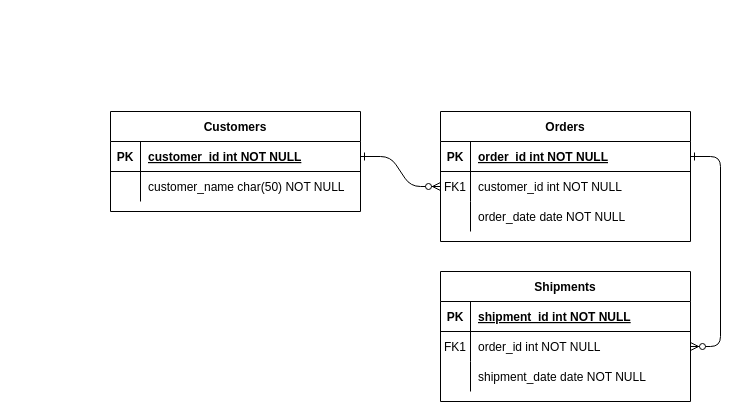
hjpark83/DBMS keeps this draw.io diagram as Assignment1_ER_Modeling/Movie.drawio. Above is the earlier version. Source tidied: cells renumbered, new cells numbered last; positions are measured from the earlier drawing's top-left corner, leaving out a move shared by most shapes. Both pictures are drawn from the tidied source at 100%, with x=0, y=0 at pixel (110, 111).
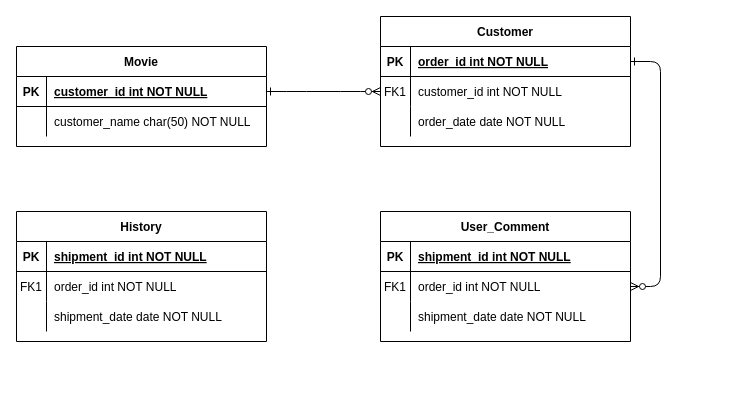
After the change.

The edit, as a diff of the source:
```diff
@@
-    <mxCell id="4" value="Orders" style="shape=table;startSize=30;childLayout=tableLayout;rowLines=0;fontStyle=1;align=center;" parent="1" vertex="1">
-      <mxGeometry x="330" width="250" height="130" as="geometry" />
+    <mxCell id="4" value="Customer" style="shape=table;startSize=30;childLayout=tableLayout;rowLines=0;fontStyle=1;align=center;" parent="1" vertex="1">
+      <mxGeometry x="270" y="-95" width="250" height="130" as="geometry" />
     </mxCell>
@@
-    <mxCell id="14" value="Shipments" style="shape=table;startSize=30;childLayout=tableLayout;rowLines=0;fontStyle=1;align=center;" parent="1" vertex="1">
-      <mxGeometry x="330" y="160" width="250" height="130" as="geometry" />
+    <mxCell id="14" value="User_Comment" style="shape=table;startSize=30;childLayout=tableLayout;rowLines=0;fontStyle=1;align=center;" parent="1" vertex="1">
+      <mxGeometry x="270" y="100" width="250" height="130" as="geometry" />
     </mxCell>
@@
-    <mxCell id="24" value="Customers" style="shape=table;startSize=30;childLayout=tableLayout;rowLines=0;fontStyle=1;align=center;" parent="1" vertex="1">
-      <mxGeometry width="250" height="100" as="geometry" />
+    <mxCell id="24" value="Movie" style="shape=table;startSize=30;childLayout=tableLayout;rowLines=0;fontStyle=1;align=center;" parent="1" vertex="1">
+      <mxGeometry x="-94" y="-65" width="250" height="100" as="geometry" />
     </mxCell>
@@
+    <mxCell id="31" value="History" style="shape=table;startSize=30;childLayout=tableLayout;rowLines=0;fontStyle=1;align=center;" parent="1" vertex="1">
+      <mxGeometry x="-94" y="100" width="250" height="130" as="geometry" />
+    </mxCell>
+    <mxCell id="32" style="shape=partialRectangle;fillColor=none;top=0;left=0;right=0;bottom=1;" parent="31" vertex="1">
+      <mxGeometry y="30" width="250" height="30" as="geometry" />
+    </mxCell>
+    <mxCell id="33" value="PK" style="shape=partialRectangle;overflow=hidden;fillColor=none;top=0;left=0;bottom=0;right=0;fontStyle=1;" parent="32" vertex="1">
+      <mxGeometry width="30" height="30" as="geometry" />
+    </mxCell>
+    <mxCell id="34" value="shipment_id int NOT NULL " style="shape=partialRectangle;overflow=hidden;fillColor=none;top=0;left=0;bottom=0;right=0;align=left;spacingLeft=6;fontStyle=5;" parent="32" vertex="1">
+      <mxGeometry x="30" width="220" height="30" as="geometry" />
+    </mxCell>
+    <mxCell id="35" style="shape=partialRectangle;fillColor=none;top=0;left=0;right=0;bottom=0;" parent="31" vertex="1">
+      <mxGeometry y="60" width="250" height="30" as="geometry" />
+    </mxCell>
+    <mxCell id="36" value="FK1" style="shape=partialRectangle;overflow=hidden;fillColor=none;top=0;left=0;bottom=0;right=0;" parent="35" vertex="1">
+      <mxGeometry width="30" height="30" as="geometry" />
+    </mxCell>
+    <mxCell id="37" value="order_id int NOT NULL" style="shape=partialRectangle;overflow=hidden;fillColor=none;top=0;left=0;bottom=0;right=0;align=left;spacingLeft=6;" parent="35" vertex="1">
+      <mxGeometry x="30" width="220" height="30" as="geometry" />
+    </mxCell>
+    <mxCell id="38" style="shape=partialRectangle;fillColor=none;top=0;left=0;right=0;bottom=0;" parent="31" vertex="1">
+      <mxGeometry y="90" width="250" height="30" as="geometry" />
+    </mxCell>
+    <mxCell id="39" style="shape=partialRectangle;overflow=hidden;fillColor=none;top=0;left=0;bottom=0;right=0;" parent="38" vertex="1">
+      <mxGeometry width="30" height="30" as="geometry" />
+    </mxCell>
+    <mxCell id="40" value="shipment_date date NOT NULL" style="shape=partialRectangle;overflow=hidden;fillColor=none;top=0;left=0;bottom=0;right=0;align=left;spacingLeft=6;" parent="38" vertex="1">
+      <mxGeometry x="30" width="220" height="30" as="geometry" />
+    </mxCell>
```
